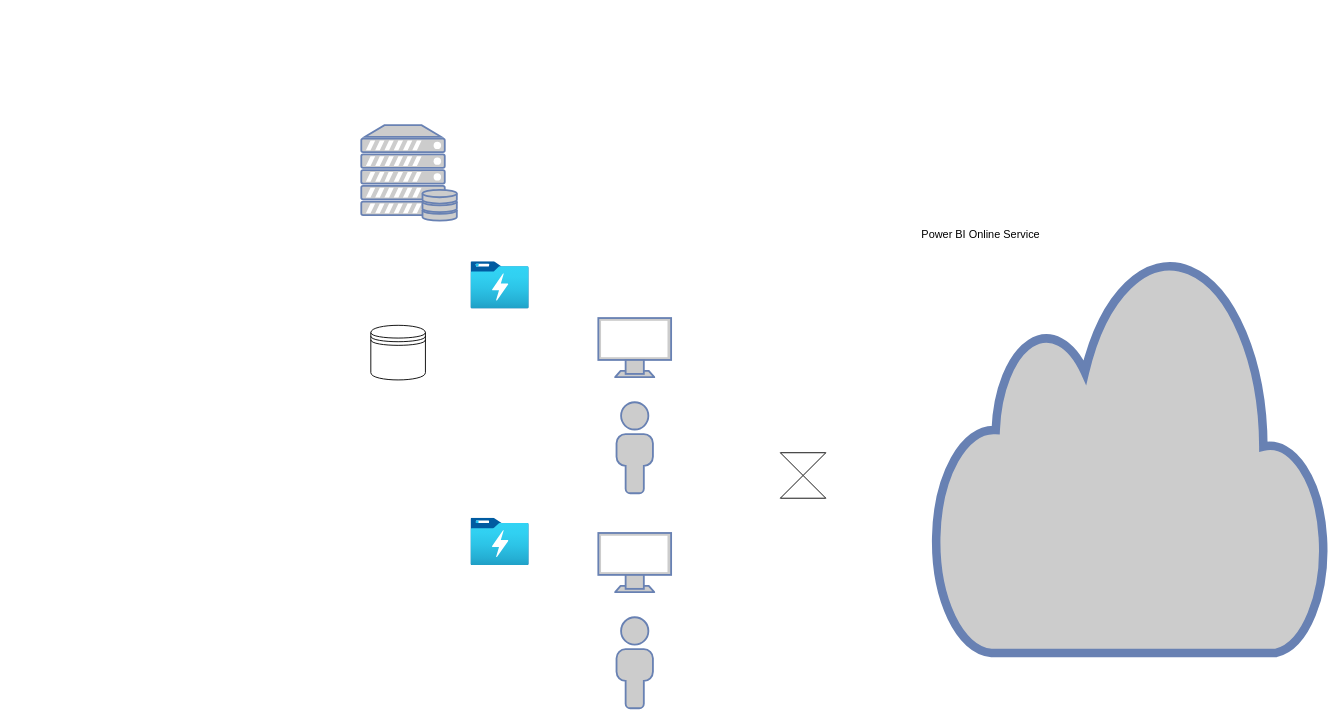
Above: page "Pipelines" (2 of 2) of data_architecture.drawio in calobetoleon/fuxion_design (draw.io), before the change. Source tidied: cells renumbered, new cells numbered last; positions are measured from the earlier drawing's top-left corner, leaving out a move shared by most shapes. Both pictures are drawn from the tidied source at 91%, with x=0, y=0 at pixel (361, 125).
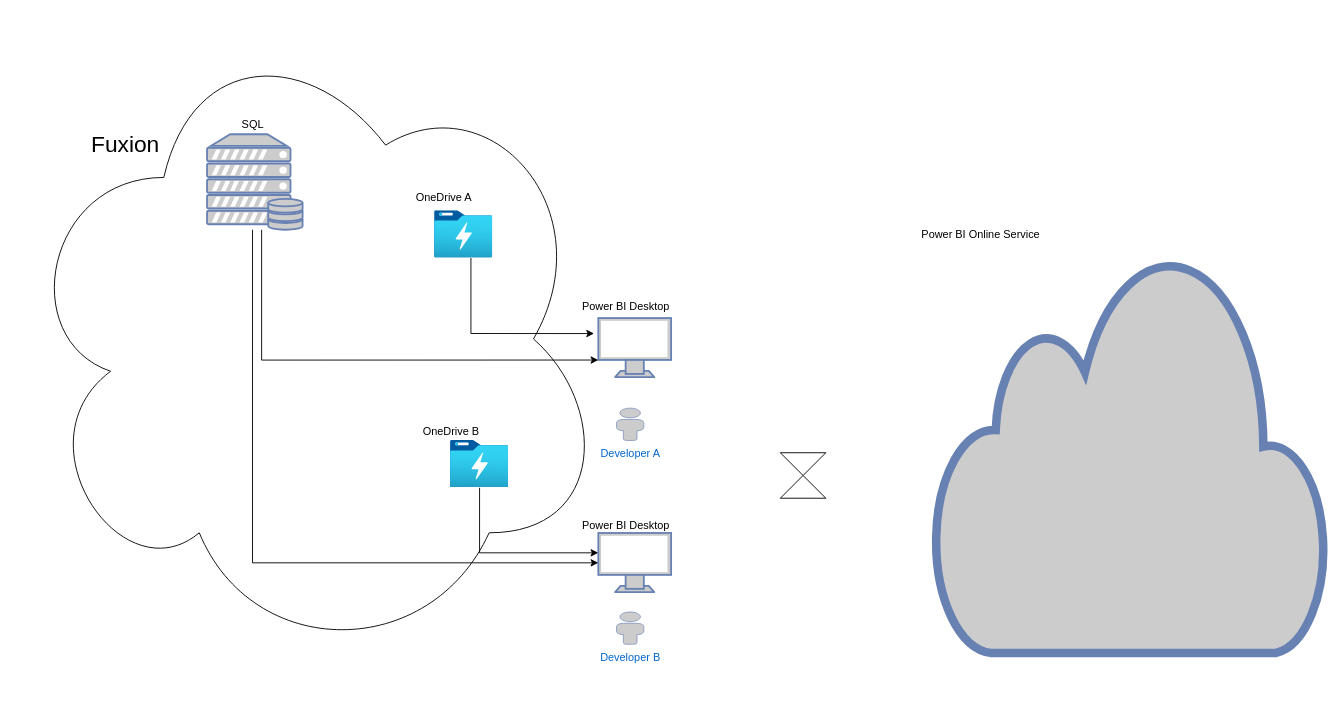
Above is the later version.

Unchanged cells that the change refers to:
```xml
<mxCell id="3" style="fontColor=#0066CC;verticalAlign=top;verticalLabelPosition=bottom;labelPosition=center;align=center;html=1;outlineConnect=0;fillColor=#CCCCCC;strokeColor=#6881B3;gradientColor=none;gradientDirection=north;strokeWidth=2;shape=mxgraph.networks.monitor;" parent="1" vertex="1">
  <mxGeometry x="260" y="212" width="80" height="65" as="geometry" />
</mxCell>
<mxCell id="8" style="fontColor=#0066CC;verticalAlign=top;verticalLabelPosition=bottom;labelPosition=center;align=center;html=1;outlineConnect=0;fillColor=#CCCCCC;strokeColor=#6881B3;gradientColor=none;gradientDirection=north;strokeWidth=2;shape=mxgraph.networks.monitor;" parent="1" vertex="1">
  <mxGeometry x="260" y="448.2" width="80" height="65" as="geometry" />
</mxCell>
```

Change to the diagram source:
```diff
@@
+    <mxCell id="13" style="ellipse;shape=cloud;whiteSpace=wrap;html=1;" parent="1" vertex="1">
+      <mxGeometry x="-380" y="-120" width="650" height="710" as="geometry" />
+    </mxCell>
@@
-    <mxCell id="5" style="fontColor=#0066CC;verticalAlign=top;verticalLabelPosition=bottom;labelPosition=center;align=center;html=1;fillColor=#CCCCCC;strokeColor=#6881B3;gradientColor=none;gradientDirection=north;strokeWidth=2;shape=mxgraph.networks.user_male;" parent="1" vertex="1">
-      <mxGeometry x="280" y="304.5" width="40" height="100" as="geometry" />
+    <mxCell id="5" value="Developer A" style="fontColor=#0066CC;verticalAlign=top;verticalLabelPosition=bottom;labelPosition=center;align=center;html=1;fillColor=#CCCCCC;strokeColor=#6881B3;gradientColor=none;gradientDirection=north;strokeWidth=2;shape=mxgraph.networks.user_male;" parent="1" vertex="1">
+      <mxGeometry x="280" y="311" width="30" height="35.5" as="geometry" />
     </mxCell>
+    <mxCell id="14" style="edgeStyle=orthogonalEdgeStyle;rounded=0;jettySize=auto;html=1;entryX=0;entryY=0.71;entryDx=0;entryDy=0;entryPerimeter=0;" parent="1" edge="1" source="6" target="3">
+      <mxGeometry relative="1" as="geometry">
+        <Array as="points">
+          <mxPoint x="-110" y="258" />
+        </Array>
+      </mxGeometry>
+    </mxCell>
     <mxCell id="6" style="fontColor=#0066CC;verticalAlign=top;verticalLabelPosition=bottom;labelPosition=center;align=center;html=1;outlineConnect=0;fillColor=#CCCCCC;strokeColor=#6881B3;gradientColor=none;gradientDirection=north;strokeWidth=2;shape=mxgraph.networks.server_storage;" parent="1" vertex="1">
-      <mxGeometry x="-0.5" width="105" height="105" as="geometry" />
+      <mxGeometry x="-170" y="10" width="105" height="105" as="geometry" />
     </mxCell>
+    <mxCell id="15" style="edgeStyle=orthogonalEdgeStyle;rounded=0;jettySize=auto;html=1;entryX=-0.059;entryY=0.262;entryDx=0;entryDy=0;entryPerimeter=0;" parent="1" edge="1" source="7" target="3">
+      <mxGeometry relative="1" as="geometry">
+        <Array as="points">
+          <mxPoint x="120" y="229" />
+        </Array>
+      </mxGeometry>
+    </mxCell>
     <mxCell id="7" style="html=1;points=[];align=center;image;fontSize=12;image=img/lib/azure2/analytics/Data_Lake_Store_Gen1.svg;" parent="1" vertex="1">
-      <mxGeometry x="120" y="150" width="64" height="52" as="geometry" />
+      <mxGeometry x="80" y="94" width="64" height="52" as="geometry" />
     </mxCell>
@@
-    <mxCell id="9" style="fontColor=#0066CC;verticalAlign=top;verticalLabelPosition=bottom;labelPosition=center;align=center;html=1;fillColor=#CCCCCC;strokeColor=#6881B3;gradientColor=none;gradientDirection=north;strokeWidth=2;shape=mxgraph.networks.user_male;" parent="1" vertex="1">
-      <mxGeometry x="280" y="540.8" width="40" height="100" as="geometry" />
-    </mxCell>
+    <mxCell id="16" style="edgeStyle=orthogonalEdgeStyle;rounded=0;jettySize=auto;html=1;" parent="1" edge="1" source="10" target="8">
+      <mxGeometry relative="1" as="geometry">
+        <Array as="points">
+          <mxPoint x="130" y="470" />
+        </Array>
+      </mxGeometry>
+    </mxCell>
     <mxCell id="10" style="html=1;points=[];align=center;image;fontSize=12;image=img/lib/azure2/analytics/Data_Lake_Store_Gen1.svg;" parent="1" vertex="1">
-      <mxGeometry x="120" y="432" width="64" height="52" as="geometry" />
+      <mxGeometry x="97.5" y="346.5" width="64" height="52" as="geometry" />
     </mxCell>
-    <mxCell id="11" style="shape=datastore;whiteSpace=wrap;html=1;" parent="1" vertex="1">
-      <mxGeometry x="10" y="220" width="60" height="60" as="geometry" />
-    </mxCell>
@@
+    <mxCell id="17" value="Developer B" style="fontColor=#0066CC;verticalAlign=top;verticalLabelPosition=bottom;labelPosition=center;align=center;html=1;fillColor=#CCCCCC;strokeColor=#6881B3;gradientColor=none;gradientDirection=north;strokeWidth=2;shape=mxgraph.networks.user_male;" parent="1" vertex="1">
+      <mxGeometry x="280" y="535" width="30" height="35.5" as="geometry" />
+    </mxCell>
+    <mxCell id="18" style="edgeStyle=orthogonalEdgeStyle;rounded=0;jettySize=auto;html=1;" parent="1" edge="1" source="6" target="8">
+      <mxGeometry relative="1" as="geometry">
+        <Array as="points">
+          <mxPoint x="-120" y="481" />
+        </Array>
+      </mxGeometry>
+    </mxCell>
+    <mxCell id="19" value="SQL" style="text;html=1;align=center;verticalAlign=middle;strokeColor=none;fillColor=none;" parent="1" vertex="1">
+      <mxGeometry x="-145" y="-15" width="50" height="30" as="geometry" />
+    </mxCell>
+    <mxCell id="20" value="OneDrive A" style="text;html=1;align=center;verticalAlign=middle;strokeColor=none;fillColor=none;" parent="1" vertex="1">
+      <mxGeometry x="50" y="65" width="80" height="30" as="geometry" />
+    </mxCell>
+    <mxCell id="21" value="OneDrive B" style="text;html=1;align=center;verticalAlign=middle;strokeColor=none;fillColor=none;" parent="1" vertex="1">
+      <mxGeometry x="52.5" y="321.5" width="90" height="30" as="geometry" />
+    </mxCell>
+    <mxCell id="22" value="Power BI Desktop" style="text;html=1;align=center;verticalAlign=middle;strokeColor=none;fillColor=none;" parent="1" vertex="1">
+      <mxGeometry x="230" y="185" width="120" height="30" as="geometry" />
+    </mxCell>
+    <mxCell id="23" value="Power BI Desktop" style="text;html=1;align=center;verticalAlign=middle;strokeColor=none;fillColor=none;" parent="1" vertex="1">
+      <mxGeometry x="230" y="425" width="120" height="30" as="geometry" />
+    </mxCell>
+    <mxCell id="24" value="Fuxion" style="text;html=1;align=center;verticalAlign=middle;strokeColor=none;fillColor=none;fontSize=25;" parent="1" vertex="1">
+      <mxGeometry x="-310" width="100" height="40" as="geometry" />
+    </mxCell>
```
